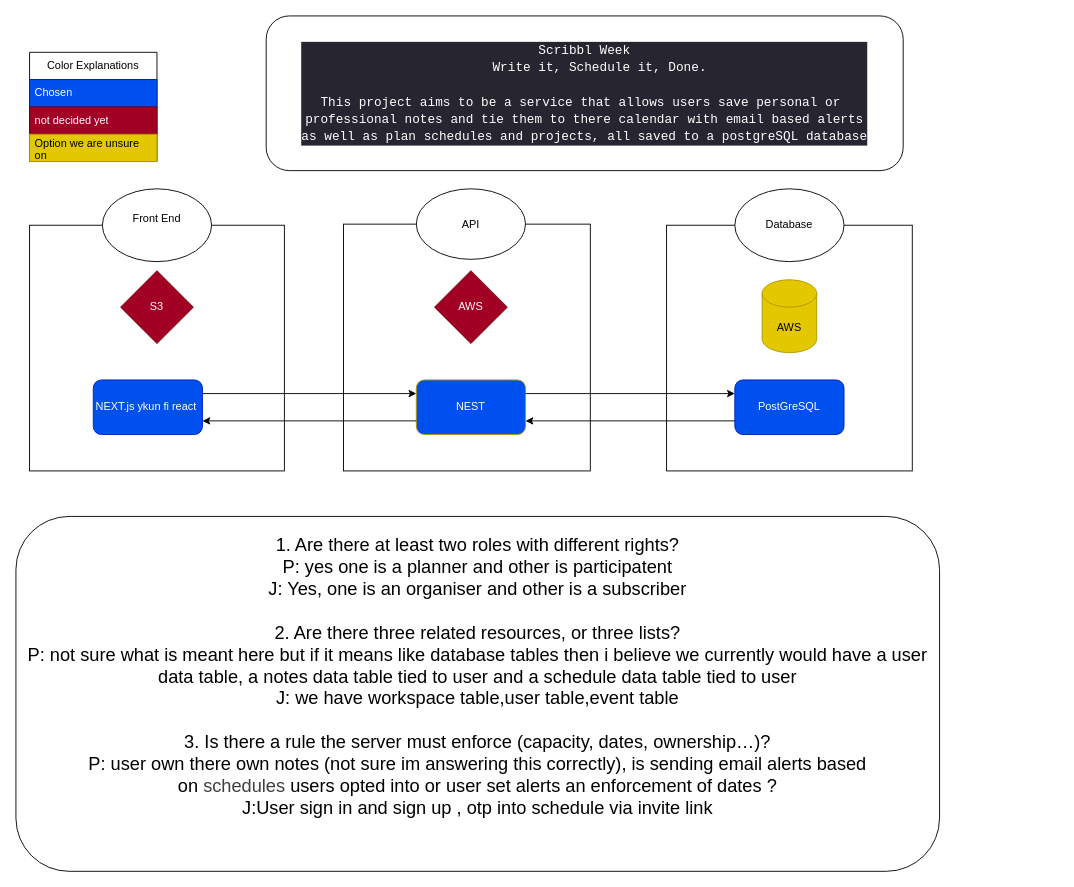
Above: page "Architecture" (1 of 3) of Scribbl.drawio in j12Ch05/Scribbl (draw.io), before the change. Source tidied: cells renumbered, new cells numbered last; positions are measured from the earlier drawing's top-left corner, leaving out a move shared by most shapes. Both pictures are drawn from the tidied source at 91%, with x=0, y=0 at pixel (15, 15).
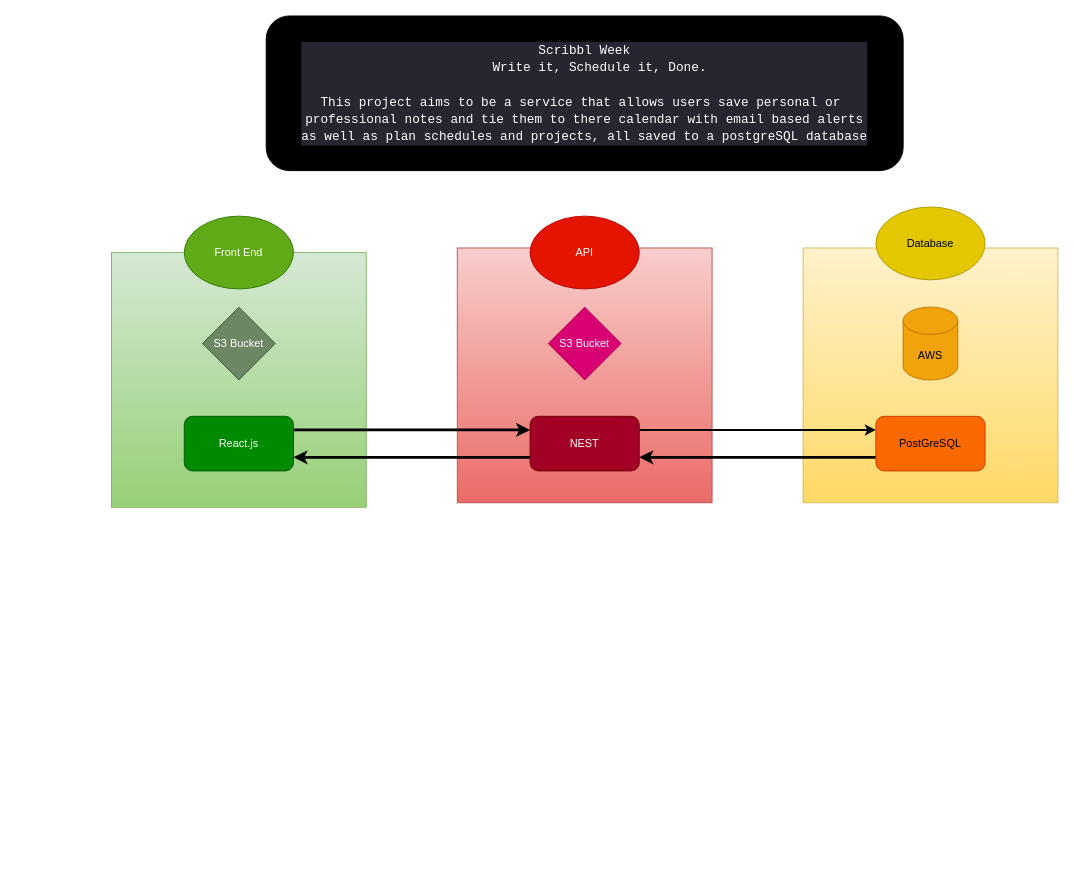
The same page after the edit.

Commit message (it also covers changes not shown here):
-cleanup of architecture diagram -added dataStructs to better describe non-standard data types -website got minor alterations to placements of pages or pop-ups

The edit, as a diff of the source:
```diff
@@
-    <mxCell id="2" style="group;fontColor=#FFFFF;fontStyle=0;" parent="1" vertex="1">
-      <mxGeometry x="15" y="190" width="970" height="310" as="geometry" />
-    </mxCell>
-    <mxCell id="3" style="rounded=0;whiteSpace=wrap;html=1;align=left;" parent="2" vertex="1">
-      <mxGeometry y="40" width="280" height="270" as="geometry" />
-    </mxCell>
+    <mxCell id="25" value="&lt;div style=&quot;color: rgb(255, 255, 255); background-color: rgb(39, 38, 48); font-family: Consolas, Courier New, monospace; font-weight: normal; font-size: 14px; line-height: 19px; white-space: pre;&quot;&gt;&lt;div&gt;&lt;span style=&quot;color: rgb(255, 255, 255);&quot;&gt;Scribbl Week&lt;/span&gt;&lt;/div&gt;&lt;div&gt;&lt;span style=&quot;color: rgb(255, 255, 255);&quot;&gt;&amp;nbsp; &amp;nbsp; Write it, Schedule it, Done.&lt;/span&gt;&lt;/div&gt;&lt;br&gt;&lt;div&gt;&lt;span style=&quot;color: rgb(255, 255, 255);&quot;&gt;This project aims to be a service that allows users save personal or &lt;/span&gt;&lt;/div&gt;&lt;div&gt;&lt;span style=&quot;color: rgb(255, 255, 255);&quot;&gt;professional notes and tie them to there calendar with email based alerts&lt;/span&gt;&lt;/div&gt;&lt;div&gt;&lt;span style=&quot;color: rgb(255, 255, 255);&quot;&gt;as well as plan schedules and projects, all saved to a postgreSQL database&lt;/span&gt;&lt;/div&gt;&lt;/div&gt;" style="rounded=1;whiteSpace=wrap;html=1;roundedPerimeter=1;fillColor=#000000;" parent="1" vertex="1">
+      <mxGeometry x="275" width="700" height="170" as="geometry" />
+    </mxCell>
+    <mxCell id="27" style="whiteSpace=wrap;html=1;fillColor=#d5e8d4;gradientColor=#97d077;strokeColor=#82b366;" parent="1" vertex="1">
+      <mxGeometry x="105" y="260" width="280" height="280" as="geometry" />
+    </mxCell>
+    <mxCell id="28" style="whiteSpace=wrap;html=1;fillColor=#f8cecc;gradientColor=#ea6b66;strokeColor=#b85450;" parent="1" vertex="1">
+      <mxGeometry x="485" y="255" width="280" height="280" as="geometry" />
+    </mxCell>
+    <mxCell id="29" style="whiteSpace=wrap;html=1;fillColor=#fff2cc;gradientColor=#ffd966;strokeColor=#d6b656;" parent="1" vertex="1">
+      <mxGeometry x="865" y="255" width="280" height="280" as="geometry" />
+    </mxCell>
+    <mxCell id="30" value="S3 Bucket" style="rhombus;whiteSpace=wrap;html=1;shapeInside=1;fontColor=#ffffff;fillColor=#d80073;strokeColor=#A50040;fontFamily=Helvetica;fontSize=12;fontStyle=0;align=center;verticalAlign=middle;" parent="1" vertex="1">
+      <mxGeometry x="585" y="320" width="80" height="80" as="geometry" />
+    </mxCell>
+    <mxCell id="31" value="S3 Bucket" style="rhombus;whiteSpace=wrap;html=1;shapeInside=1;fillColor=#6d8764;strokeColor=#3A5431;align=center;verticalAlign=middle;fontFamily=Helvetica;fontSize=12;fontColor=#ffffff;fontStyle=0;" parent="1" vertex="1">
+      <mxGeometry x="205" y="320" width="80" height="80" as="geometry" />
+    </mxCell>
+    <mxCell id="32" style="edgeStyle=none;html=1;exitX=1;exitY=0.25;exitDx=0;exitDy=0;entryX=0;entryY=0.25;entryDx=0;entryDy=0;strokeWidth=3;" parent="1" edge="1" source="33" target="15">
+      <mxGeometry relative="1" as="geometry" />
+    </mxCell>
+    <mxCell id="33" value="React.js" style="rounded=1;whiteSpace=wrap;html=1;roundedPerimeter=1;fontColor=#ffffff;fillColor=#008a00;strokeColor=#005700;" parent="1" vertex="1">
+      <mxGeometry x="185" y="440" width="120" height="60" as="geometry" />
+    </mxCell>
+    <mxCell id="34" style="edgeStyle=none;html=1;exitX=0;exitY=0.75;exitDx=0;exitDy=0;entryX=1;entryY=0.75;entryDx=0;entryDy=0;strokeWidth=3;" parent="1" edge="1" source="15" target="33">
+      <mxGeometry relative="1" as="geometry" />
+    </mxCell>
+    <mxCell id="16" style="edgeStyle=none;html=1;exitX=1;exitY=0.25;exitDx=0;exitDy=0;entryX=0;entryY=0.25;entryDx=0;entryDy=0;strokeWidth=2;" parent="1" edge="1" source="15" target="9">
+      <mxGeometry relative="1" as="geometry" />
+    </mxCell>
+    <mxCell id="15" value="NEST" style="rounded=1;whiteSpace=wrap;html=1;roundedPerimeter=1;fillColor=#a20025;fontColor=#ffffff;strokeColor=#6F0000;" parent="1" vertex="1">
+      <mxGeometry x="565" y="440" width="120" height="60" as="geometry" />
+    </mxCell>
+    <mxCell id="17" style="edgeStyle=none;html=1;exitX=0;exitY=0.75;exitDx=0;exitDy=0;entryX=1;entryY=0.75;entryDx=0;entryDy=0;strokeWidth=3;" parent="1" edge="1" source="9" target="15">
+      <mxGeometry relative="1" as="geometry" />
+    </mxCell>
+    <mxCell id="9" value="PostGreSQL" style="rounded=1;whiteSpace=wrap;html=1;roundedPerimeter=1;fillColor=#fa6800;fontColor=#000000;strokeColor=#C73500;" parent="1" vertex="1">
+      <mxGeometry x="945" y="440" width="120" height="60" as="geometry" />
+    </mxCell>
+    <mxCell id="35" value="AWS" style="shape=cylinder3;whiteSpace=wrap;html=1;boundedLbl=1;backgroundOutline=1;size=15;fontColor=#000000;fillColor=#f0a30a;strokeColor=#BD7000;" parent="1" vertex="1">
+      <mxGeometry x="975" y="320" width="60" height="80" as="geometry" />
+    </mxCell>
-    <mxCell id="4" value="Front End&lt;div&gt;&lt;br&gt;&lt;/div&gt;" style="ellipse;whiteSpace=wrap;html=1;shapeInside=1;" parent="2" vertex="1">
-      <mxGeometry x="80" width="120" height="80" as="geometry" />
+    <mxCell id="4" value="Front End" style="ellipse;whiteSpace=wrap;html=1;shapeInside=1;fillColor=#60a917;fontColor=#ffffff;strokeColor=#2D7600;" parent="1" vertex="1">
+      <mxGeometry x="185" y="220" width="120" height="80" as="geometry" />
     </mxCell>
-    <mxCell id="5" value="S3" style="rhombus;whiteSpace=wrap;html=1;shapeInside=1;fillColor=#a20025;fontColor=#ffffff;strokeColor=#6F0000;" parent="2" vertex="1">
-      <mxGeometry x="100" y="90" width="80" height="80" as="geometry" />
-    </mxCell>
-    <mxCell id="6" style="group;" parent="2" vertex="1">
-      <mxGeometry x="700" width="270" height="310" as="geometry" />
-    </mxCell>
-    <mxCell id="7" style="whiteSpace=wrap;html=1;" parent="6" vertex="1">
-      <mxGeometry y="40" width="270" height="270" as="geometry" />
-    </mxCell>
+    <mxCell id="13" value="API" style="ellipse;whiteSpace=wrap;html=1;shapeInside=1;fillColor=#e51400;fontColor=#ffffff;strokeColor=#B20000;" parent="1" vertex="1">
+      <mxGeometry x="565" y="220" width="120" height="80" as="geometry" />
+    </mxCell>
-    <mxCell id="8" value="Database" style="ellipse;whiteSpace=wrap;html=1;shapeInside=1;" parent="6" vertex="1">
-      <mxGeometry x="75" width="120" height="80" as="geometry" />
+    <mxCell id="8" value="Database" style="ellipse;whiteSpace=wrap;html=1;shapeInside=1;fillColor=#e3c800;fontColor=#000000;strokeColor=#B09500;" parent="1" vertex="1">
+      <mxGeometry x="945" y="210" width="120" height="80" as="geometry" />
     </mxCell>
-    <mxCell id="9" value="PostGreSQL" style="rounded=1;whiteSpace=wrap;html=1;roundedPerimeter=1;fillColor=#0050ef;fontColor=#ffffff;strokeColor=#001DBC;" parent="6" vertex="1">
-      <mxGeometry x="75" y="210" width="120" height="60" as="geometry" />
-    </mxCell>
-    <mxCell id="10" value="AWS" style="shape=cylinder3;whiteSpace=wrap;html=1;boundedLbl=1;backgroundOutline=1;size=15;fillColor=#e3c800;fontColor=#000000;strokeColor=#B09500;" parent="6" vertex="1">
-      <mxGeometry x="105" y="100" width="60" height="80" as="geometry" />
-    </mxCell>
-    <mxCell id="11" style="group;" parent="2" vertex="1">
-      <mxGeometry x="345" width="280" height="310" as="geometry" />
-    </mxCell>
-    <mxCell id="12" style="whiteSpace=wrap;html=1;align=left;" parent="11" vertex="1">
-      <mxGeometry y="38.8" width="271.2" height="271.2" as="geometry" />
-    </mxCell>
-    <mxCell id="13" value="API" style="ellipse;whiteSpace=wrap;html=1;shapeInside=1;" parent="11" vertex="1">
-      <mxGeometry x="80" width="120" height="77.5" as="geometry" />
-    </mxCell>
-    <mxCell id="14" value="AWS" style="rhombus;whiteSpace=wrap;html=1;shapeInside=1;fillColor=#a20025;strokeColor=#6F0000;fontColor=#ffffff;align=center;" parent="11" vertex="1">
-      <mxGeometry x="100" y="90" width="80" height="80" as="geometry" />
-    </mxCell>
-    <mxCell id="15" value="&lt;span style=&quot;color: rgb(255, 255, 255);&quot;&gt;NEST&lt;/span&gt;" style="rounded=1;whiteSpace=wrap;html=1;roundedPerimeter=1;fillColor=#0050ef;fontColor=#000000;strokeColor=#B09500;" parent="11" vertex="1">
-      <mxGeometry x="80" y="210" width="120" height="60" as="geometry" />
-    </mxCell>
-    <mxCell id="16" style="edgeStyle=orthogonalEdgeStyle;rounded=0;jettySize=auto;html=1;exitX=1;exitY=0.25;exitDx=0;exitDy=0;entryX=0;entryY=0.25;entryDx=0;entryDy=0;defaultLabelBackgroundColor=page;" parent="2" edge="1" source="15" target="9">
-      <mxGeometry relative="1" as="geometry" />
-    </mxCell>
-    <mxCell id="17" style="edgeStyle=orthogonalEdgeStyle;rounded=0;jettySize=auto;html=1;exitX=0;exitY=0.75;exitDx=0;exitDy=0;entryX=1;entryY=0.75;entryDx=0;entryDy=0;defaultLabelBackgroundColor=page;" parent="2" edge="1" source="9" target="15">
-      <mxGeometry relative="1" as="geometry" />
-    </mxCell>
-    <mxCell id="18" style="edgeStyle=orthogonalEdgeStyle;rounded=0;jettySize=auto;html=1;exitX=0;exitY=0.75;exitDx=0;exitDy=0;entryX=1;entryY=0.75;entryDx=0;entryDy=0;defaultLabelBackgroundColor=page;" parent="2" edge="1" source="15" target="20">
-      <mxGeometry relative="1" as="geometry" />
-    </mxCell>
-    <mxCell id="19" style="edgeStyle=orthogonalEdgeStyle;rounded=0;jettySize=auto;html=1;exitX=1;exitY=0.25;exitDx=0;exitDy=0;defaultLabelBackgroundColor=page;entryX=0;entryY=0.25;entryDx=0;entryDy=0;" parent="2" edge="1" source="20" target="15">
-      <mxGeometry relative="1" as="geometry" />
-    </mxCell>
-    <mxCell id="20" value="NEXT.js ykun fi react&amp;nbsp;" style="rounded=1;whiteSpace=wrap;html=1;roundedPerimeter=1;fillColor=#0050ef;fontColor=#ffffff;strokeColor=#001DBC;" parent="2" vertex="1">
-      <mxGeometry x="70" y="210" width="120" height="60" as="geometry" />
-    </mxCell>
-    <mxCell id="21" value="Color Explanations" style="swimlane;fontStyle=0;horizontal=1;startSize=30;whiteSpace=wrap;html=1;" parent="1" vertex="1">
-      <mxGeometry x="15" y="40" width="140" height="120" as="geometry" />
-    </mxCell>
-    <mxCell id="22" value="&lt;div&gt;&lt;span style=&quot;color: light-dark(rgb(255, 255, 255), rgb(255, 255, 255));&quot;&gt;Chosen&lt;/span&gt;&lt;/div&gt;" style="text;strokeColor=#001DBC;fillColor=#0050ef;align=left;verticalAlign=middle;spacingLeft=4;spacingRight=4;overflow=hidden;whiteSpace=wrap;html=1;fontColor=#ffffff;" parent="21" vertex="1">
-      <mxGeometry y="30" width="140" height="30" as="geometry" />
-    </mxCell>
-    <mxCell id="23" value="not decided yet" style="text;strokeColor=#6F0000;fillColor=#a20025;align=left;verticalAlign=middle;spacingLeft=4;spacingRight=4;overflow=hidden;whiteSpace=wrap;html=1;fontColor=#ffffff;" parent="21" vertex="1">
-      <mxGeometry y="60" width="140" height="30" as="geometry" />
-    </mxCell>
-    <mxCell id="24" value="Option we are unsure on" style="text;strokeColor=#B09500;fillColor=#e3c800;align=left;verticalAlign=middle;spacingLeft=4;spacingRight=4;overflow=hidden;whiteSpace=wrap;html=1;fontColor=#000000;" parent="21" vertex="1">
-      <mxGeometry y="90" width="140" height="30" as="geometry" />
-    </mxCell>
-    <mxCell id="25" value="&lt;div style=&quot;color: rgb(255, 255, 255); background-color: rgb(39, 38, 48); font-family: Consolas, Courier New, monospace; font-weight: normal; font-size: 14px; line-height: 19px; white-space: pre;&quot;&gt;&lt;div&gt;&lt;span style=&quot;color: rgb(255, 255, 255);&quot;&gt;Scribbl Week&lt;/span&gt;&lt;/div&gt;&lt;div&gt;&lt;span style=&quot;color: rgb(255, 255, 255);&quot;&gt;&amp;nbsp; &amp;nbsp; Write it, Schedule it, Done.&lt;/span&gt;&lt;/div&gt;&lt;br&gt;&lt;div&gt;&lt;span style=&quot;color: rgb(255, 255, 255);&quot;&gt;This project aims to be a service that allows users save personal or &lt;/span&gt;&lt;/div&gt;&lt;div&gt;&lt;span style=&quot;color: rgb(255, 255, 255);&quot;&gt;professional notes and tie them to there calendar with email based alerts&lt;/span&gt;&lt;/div&gt;&lt;div&gt;&lt;span style=&quot;color: rgb(255, 255, 255);&quot;&gt;as well as plan schedules and projects, all saved to a postgreSQL database&lt;/span&gt;&lt;/div&gt;&lt;/div&gt;" style="rounded=1;whiteSpace=wrap;html=1;roundedPerimeter=1;" parent="1" vertex="1">
-      <mxGeometry x="275" width="700" height="170" as="geometry" />
-    </mxCell>
-    <mxCell id="26" value="&lt;font style=&quot;font-size: 20px;&quot;&gt;1. Are there at least two roles with different rights? &lt;br&gt;P: yes one is a planner and other is participatent&lt;/font&gt;&lt;div&gt;&lt;font style=&quot;font-size: 20px;&quot;&gt;J: Yes, one is an organiser and other is a subscriber&lt;/font&gt;&lt;/div&gt;&lt;div&gt;&lt;font style=&quot;font-size: 20px;&quot;&gt;&lt;br&gt;2. Are there three related resources, or three lists? &lt;br&gt;P: not sure what is meant here but if it means like database tables then i believe we currently would have a user data table, a notes data table tied to user and a schedule data table tied to user&lt;/font&gt;&lt;/div&gt;&lt;div&gt;&lt;font style=&quot;font-size: 20px;&quot;&gt;J: we have workspace table,user table,event table&lt;br&gt;&lt;br&gt;3. Is there a rule the server must enforce (capacity, dates, ownership…)?&lt;br&gt;P: user own there own notes (not sure im answering this correctly), is sending email alerts based on&amp;nbsp;&lt;span style=&quot;color: rgb(63, 63, 63);&quot;&gt;schedules&lt;/span&gt;&amp;nbsp;users opted into or user set alerts an enforcement of dates ?&lt;/font&gt;&lt;/div&gt;&lt;div&gt;&lt;font style=&quot;font-size: 20px;&quot;&gt;J:User sign in and sign up , otp into schedule via invite link&lt;/font&gt;&lt;/div&gt;&lt;div&gt;&lt;font style=&quot;font-size: 20px;&quot;&gt;&lt;br&gt;&lt;/font&gt;&lt;/div&gt;&lt;div&gt;&lt;br&gt;&lt;/div&gt;" style="rounded=1;whiteSpace=wrap;html=1;roundedPerimeter=1;" parent="1" vertex="1">
-      <mxGeometry y="550" width="1015" height="390" as="geometry" />
-    </mxCell>
```
